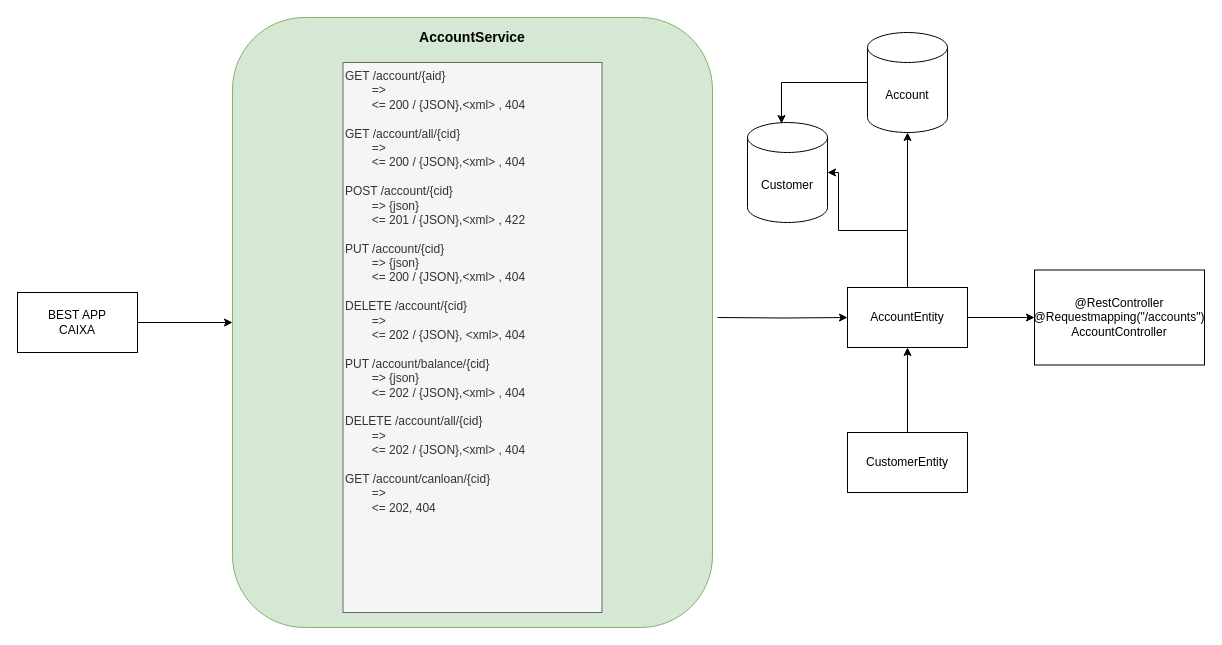
Before: docs/esquemaServicios.drawio in Isrfag/AccountsService2, a draw.io diagram. Source tidied: cells renumbered, new cells numbered last; positions are measured from the earlier drawing's top-left corner, leaving out a move shared by most shapes. Both pictures are drawn from the tidied source at 100%, with x=0, y=0 at pixel (17, 22).
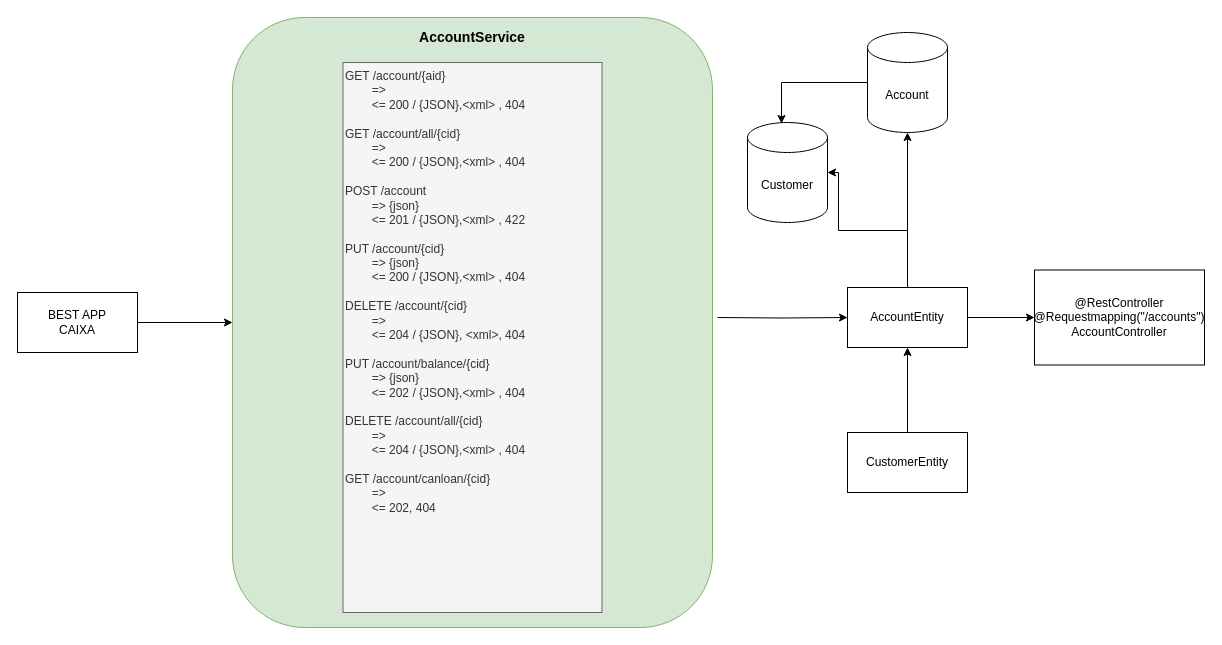
The same page after the edit.

What changed in the source:
```diff
@@
-    <mxCell id="5" value="GET /account/{aid}&amp;nbsp;&lt;div&gt;&lt;span style=&quot;white-space: pre;&quot;&gt;&#9;&lt;/span&gt;=&amp;gt;&lt;br&gt;&lt;/div&gt;&lt;div&gt;&lt;span style=&quot;white-space: pre;&quot;&gt;&#9;&lt;/span&gt;&amp;lt;= 200 / {JSON},&amp;lt;xml&amp;gt; , 404&lt;br&gt;&lt;/div&gt;&lt;div&gt;&lt;br&gt;&lt;/div&gt;&lt;div&gt;GET /account/all/{cid}&lt;/div&gt;&lt;div&gt;&lt;span style=&quot;white-space: pre;&quot;&gt;&#9;&lt;/span&gt;=&amp;gt;&lt;br&gt;&lt;/div&gt;&lt;div&gt;&lt;span style=&quot;white-space: pre;&quot;&gt;&#9;&lt;/span&gt;&lt;span style=&quot;background-color: initial;&quot;&gt;&amp;lt;= 200 / {JSON},&amp;lt;xml&amp;gt; , 404&lt;/span&gt;&lt;br&gt;&lt;/div&gt;&lt;div&gt;&lt;span style=&quot;background-color: initial;&quot;&gt;&lt;br&gt;&lt;/span&gt;&lt;/div&gt;&lt;div&gt;&lt;span style=&quot;background-color: initial;&quot;&gt;POST /account/{cid}&lt;/span&gt;&lt;/div&gt;&lt;div&gt;&lt;span style=&quot;background-color: initial;&quot;&gt;&lt;span style=&quot;white-space: pre;&quot;&gt;&#9;&lt;/span&gt;=&amp;gt; {json}&lt;br&gt;&lt;/span&gt;&lt;/div&gt;&lt;div&gt;&lt;span style=&quot;background-color: initial;&quot;&gt;&lt;span style=&quot;white-space: pre;&quot;&gt;&#9;&lt;/span&gt;&lt;/span&gt;&lt;span style=&quot;background-color: initial;&quot;&gt;&amp;lt;= 201 / {JSON},&amp;lt;xml&amp;gt; , 422&lt;/span&gt;&lt;/div&gt;&lt;div&gt;&lt;span style=&quot;background-color: initial;&quot;&gt;&lt;br&gt;&lt;/span&gt;&lt;/div&gt;&lt;div&gt;PUT /account/{cid}&lt;/div&gt;&lt;div&gt;&lt;div&gt;&lt;span style=&quot;background-color: initial;&quot;&gt;&lt;span style=&quot;white-space: pre;&quot;&gt;&#9;&lt;/span&gt;=&amp;gt; {json}&lt;br&gt;&lt;/span&gt;&lt;/div&gt;&lt;div&gt;&lt;span style=&quot;background-color: initial;&quot;&gt;&lt;span style=&quot;white-space: pre;&quot;&gt;&#9;&lt;/span&gt;&lt;/span&gt;&lt;span style=&quot;background-color: initial;&quot;&gt;&amp;lt;= 200 / {JSON},&amp;lt;xml&amp;gt; , 404&lt;/span&gt;&lt;/div&gt;&lt;/div&gt;&lt;div&gt;&lt;span style=&quot;background-color: initial;&quot;&gt;&lt;br&gt;&lt;/span&gt;&lt;/div&gt;&lt;div&gt;&lt;span style=&quot;background-color: initial;&quot;&gt;DELETE /account/{cid}&lt;/span&gt;&lt;/div&gt;&lt;div&gt;&lt;span style=&quot;background-color: initial;&quot;&gt;&lt;span style=&quot;white-space: pre;&quot;&gt;&#9;&lt;/span&gt;=&amp;gt;&lt;br&gt;&lt;/span&gt;&lt;/div&gt;&lt;div&gt;&lt;span style=&quot;background-color: initial;&quot;&gt;&lt;span style=&quot;white-space: pre;&quot;&gt;&#9;&lt;/span&gt;&amp;lt;= 202 / {JSON}, &amp;lt;xml&amp;gt;, 404&lt;br&gt;&lt;/span&gt;&lt;/div&gt;&lt;div&gt;&lt;span style=&quot;background-color: initial;&quot;&gt;&lt;br&gt;&lt;/span&gt;&lt;/div&gt;&lt;div&gt;&lt;span style=&quot;background-color: initial;&quot;&gt;PUT /account/balance/{cid}&lt;/span&gt;&lt;/div&gt;&lt;div&gt;&lt;span style=&quot;background-color: initial;&quot;&gt;&lt;span style=&quot;white-space: pre;&quot;&gt;&#9;&lt;/span&gt;=&amp;gt; {json}&lt;/span&gt;&lt;/div&gt;&lt;div&gt;&lt;span style=&quot;background-color: initial;&quot;&gt;&lt;span style=&quot;white-space: pre;&quot;&gt;&#9;&lt;/span&gt;&lt;/span&gt;&lt;span style=&quot;background-color: initial;&quot;&gt;&amp;lt;= 202 / {JSON},&amp;lt;xml&amp;gt; , 404&lt;/span&gt;&lt;/div&gt;&lt;div&gt;&lt;span style=&quot;background-color: initial;&quot;&gt;&lt;br&gt;&lt;/span&gt;&lt;/div&gt;&lt;div&gt;&lt;span style=&quot;background-color: initial;&quot;&gt;DELETE /account/all/{cid}&lt;/span&gt;&lt;/div&gt;&lt;div&gt;&lt;span style=&quot;background-color: initial;&quot;&gt;&lt;span style=&quot;white-space: pre;&quot;&gt;&#9;&lt;/span&gt;=&amp;gt;&lt;/span&gt;&lt;/div&gt;&lt;div&gt;&lt;span style=&quot;background-color: initial;&quot;&gt;&lt;span style=&quot;white-space: pre;&quot;&gt;&#9;&lt;/span&gt;&amp;lt;= 202 / {JSON},&amp;lt;xml&amp;gt; , 404&lt;/span&gt;&lt;/div&gt;&lt;div&gt;&lt;span style=&quot;background-color: initial;&quot;&gt;&lt;br&gt;&lt;/span&gt;&lt;/div&gt;&lt;div&gt;&lt;span style=&quot;background-color: initial;&quot;&gt;GET /account/canloan/{cid}&lt;/span&gt;&lt;/div&gt;&lt;div&gt;&lt;span style=&quot;background-color: initial;&quot;&gt;&lt;span style=&quot;white-space: pre;&quot;&gt;&#9;&lt;/span&gt;=&amp;gt;&lt;br&gt;&lt;/span&gt;&lt;/div&gt;&lt;div&gt;&lt;span style=&quot;background-color: initial;&quot;&gt;&lt;span style=&quot;white-space: pre;&quot;&gt;&#9;&lt;/span&gt;&amp;lt;= 202, 404&lt;br&gt;&lt;/span&gt;&lt;/div&gt;&lt;div&gt;&lt;span style=&quot;background-color: initial;&quot;&gt;&lt;br&gt;&lt;/span&gt;&lt;/div&gt;" style="text;html=1;align=left;verticalAlign=top;whiteSpace=wrap;rounded=0;fillColor=#f5f5f5;fontColor=#333333;strokeColor=#666666;" parent="1" vertex="1">
+    <mxCell id="5" value="GET /account/{aid}&amp;nbsp;&lt;div&gt;&lt;span style=&quot;white-space: pre;&quot;&gt;&#9;&lt;/span&gt;=&amp;gt;&lt;br&gt;&lt;/div&gt;&lt;div&gt;&lt;span style=&quot;white-space: pre;&quot;&gt;&#9;&lt;/span&gt;&amp;lt;= 200 / {JSON},&amp;lt;xml&amp;gt; , 404&lt;br&gt;&lt;/div&gt;&lt;div&gt;&lt;br&gt;&lt;/div&gt;&lt;div&gt;GET /account/all/{cid}&lt;/div&gt;&lt;div&gt;&lt;span style=&quot;white-space: pre;&quot;&gt;&#9;&lt;/span&gt;=&amp;gt;&lt;br&gt;&lt;/div&gt;&lt;div&gt;&lt;span style=&quot;white-space: pre;&quot;&gt;&#9;&lt;/span&gt;&lt;span style=&quot;background-color: initial;&quot;&gt;&amp;lt;= 200 / {JSON},&amp;lt;xml&amp;gt; , 404&lt;/span&gt;&lt;br&gt;&lt;/div&gt;&lt;div&gt;&lt;span style=&quot;background-color: initial;&quot;&gt;&lt;br&gt;&lt;/span&gt;&lt;/div&gt;&lt;div&gt;&lt;span style=&quot;background-color: initial;&quot;&gt;POST /account&lt;/span&gt;&lt;/div&gt;&lt;div&gt;&lt;span style=&quot;background-color: initial;&quot;&gt;&lt;span style=&quot;white-space: pre;&quot;&gt;&#9;&lt;/span&gt;=&amp;gt; {json}&lt;br&gt;&lt;/span&gt;&lt;/div&gt;&lt;div&gt;&lt;span style=&quot;background-color: initial;&quot;&gt;&lt;span style=&quot;white-space: pre;&quot;&gt;&#9;&lt;/span&gt;&lt;/span&gt;&lt;span style=&quot;background-color: initial;&quot;&gt;&amp;lt;= 201 / {JSON},&amp;lt;xml&amp;gt; , 422&lt;/span&gt;&lt;/div&gt;&lt;div&gt;&lt;span style=&quot;background-color: initial;&quot;&gt;&lt;br&gt;&lt;/span&gt;&lt;/div&gt;&lt;div&gt;PUT /account/{cid}&lt;/div&gt;&lt;div&gt;&lt;div&gt;&lt;span style=&quot;background-color: initial;&quot;&gt;&lt;span style=&quot;white-space: pre;&quot;&gt;&#9;&lt;/span&gt;=&amp;gt; {json}&lt;br&gt;&lt;/span&gt;&lt;/div&gt;&lt;div&gt;&lt;span style=&quot;background-color: initial;&quot;&gt;&lt;span style=&quot;white-space: pre;&quot;&gt;&#9;&lt;/span&gt;&lt;/span&gt;&lt;span style=&quot;background-color: initial;&quot;&gt;&amp;lt;= 200 / {JSON},&amp;lt;xml&amp;gt; , 404&lt;/span&gt;&lt;/div&gt;&lt;/div&gt;&lt;div&gt;&lt;span style=&quot;background-color: initial;&quot;&gt;&lt;br&gt;&lt;/span&gt;&lt;/div&gt;&lt;div&gt;&lt;span style=&quot;background-color: initial;&quot;&gt;DELETE /account/{cid}&lt;/span&gt;&lt;/div&gt;&lt;div&gt;&lt;span style=&quot;background-color: initial;&quot;&gt;&lt;span style=&quot;white-space: pre;&quot;&gt;&#9;&lt;/span&gt;=&amp;gt;&lt;br&gt;&lt;/span&gt;&lt;/div&gt;&lt;div&gt;&lt;span style=&quot;background-color: initial;&quot;&gt;&lt;span style=&quot;white-space: pre;&quot;&gt;&#9;&lt;/span&gt;&amp;lt;= 204 / {JSON}, &amp;lt;xml&amp;gt;, 404&lt;br&gt;&lt;/span&gt;&lt;/div&gt;&lt;div&gt;&lt;span style=&quot;background-color: initial;&quot;&gt;&lt;br&gt;&lt;/span&gt;&lt;/div&gt;&lt;div&gt;&lt;span style=&quot;background-color: initial;&quot;&gt;PUT /account/balance/{cid}&lt;/span&gt;&lt;/div&gt;&lt;div&gt;&lt;span style=&quot;background-color: initial;&quot;&gt;&lt;span style=&quot;white-space: pre;&quot;&gt;&#9;&lt;/span&gt;=&amp;gt; {json}&lt;/span&gt;&lt;/div&gt;&lt;div&gt;&lt;span style=&quot;background-color: initial;&quot;&gt;&lt;span style=&quot;white-space: pre;&quot;&gt;&#9;&lt;/span&gt;&lt;/span&gt;&lt;span style=&quot;background-color: initial;&quot;&gt;&amp;lt;= 202 / {JSON},&amp;lt;xml&amp;gt; , 404&lt;/span&gt;&lt;/div&gt;&lt;div&gt;&lt;span style=&quot;background-color: initial;&quot;&gt;&lt;br&gt;&lt;/span&gt;&lt;/div&gt;&lt;div&gt;&lt;span style=&quot;background-color: initial;&quot;&gt;DELETE /account/all/{cid}&lt;/span&gt;&lt;/div&gt;&lt;div&gt;&lt;span style=&quot;background-color: initial;&quot;&gt;&lt;span style=&quot;white-space: pre;&quot;&gt;&#9;&lt;/span&gt;=&amp;gt;&lt;/span&gt;&lt;/div&gt;&lt;div&gt;&lt;span style=&quot;background-color: initial;&quot;&gt;&lt;span style=&quot;white-space: pre;&quot;&gt;&#9;&lt;/span&gt;&amp;lt;= 204 / {JSON},&amp;lt;xml&amp;gt; , 404&lt;/span&gt;&lt;/div&gt;&lt;div&gt;&lt;span style=&quot;background-color: initial;&quot;&gt;&lt;br&gt;&lt;/span&gt;&lt;/div&gt;&lt;div&gt;&lt;span style=&quot;background-color: initial;&quot;&gt;GET /account/canloan/{cid}&lt;/span&gt;&lt;/div&gt;&lt;div&gt;&lt;span style=&quot;background-color: initial;&quot;&gt;&lt;span style=&quot;white-space: pre;&quot;&gt;&#9;&lt;/span&gt;=&amp;gt;&lt;br&gt;&lt;/span&gt;&lt;/div&gt;&lt;div&gt;&lt;span style=&quot;background-color: initial;&quot;&gt;&lt;span style=&quot;white-space: pre;&quot;&gt;&#9;&lt;/span&gt;&amp;lt;= 202, 404&lt;br&gt;&lt;/span&gt;&lt;/div&gt;&lt;div&gt;&lt;span style=&quot;background-color: initial;&quot;&gt;&lt;br&gt;&lt;/span&gt;&lt;/div&gt;" style="text;html=1;align=left;verticalAlign=top;whiteSpace=wrap;rounded=0;fillColor=#f5f5f5;fontColor=#333333;strokeColor=#666666;" parent="1" vertex="1">
       <mxGeometry x="325.5" y="40" width="259" height="550" as="geometry" />
     </mxCell>
```
